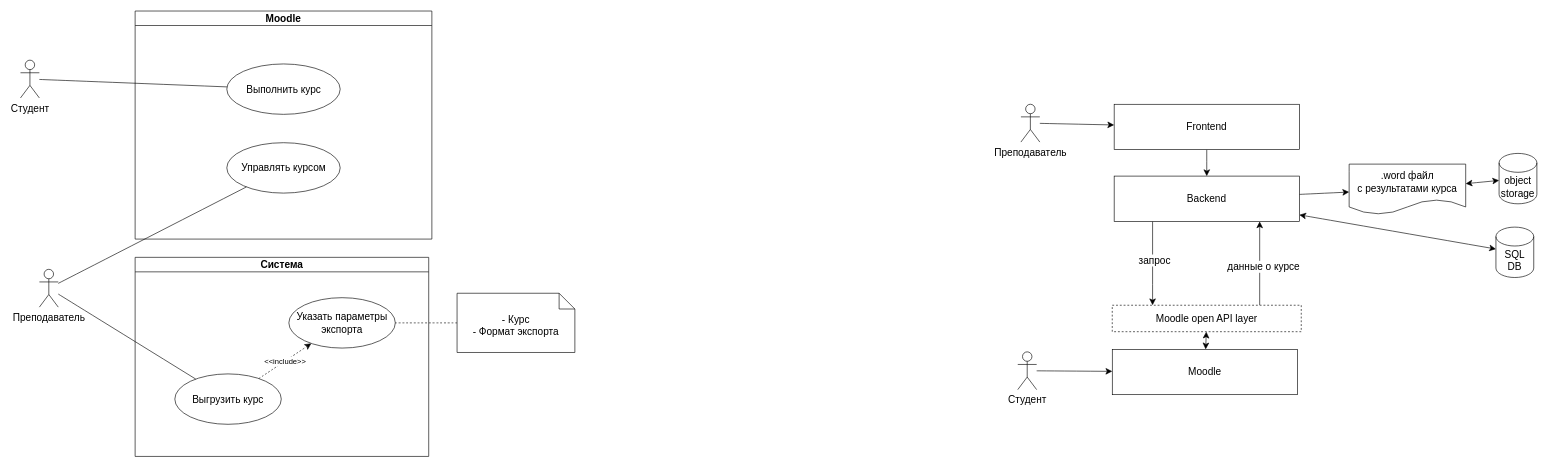
The draw.io diagram page "Страница 1" (1 of 2) of moodle.drawio in careock/diagrams, before the edit. Source tidied: cells renumbered, new cells numbered last; positions are measured from the earlier drawing's top-left corner, leaving out a move shared by most shapes. Both pictures are drawn from the tidied source at 63%, with x=0, y=0 at pixel (20, 11).
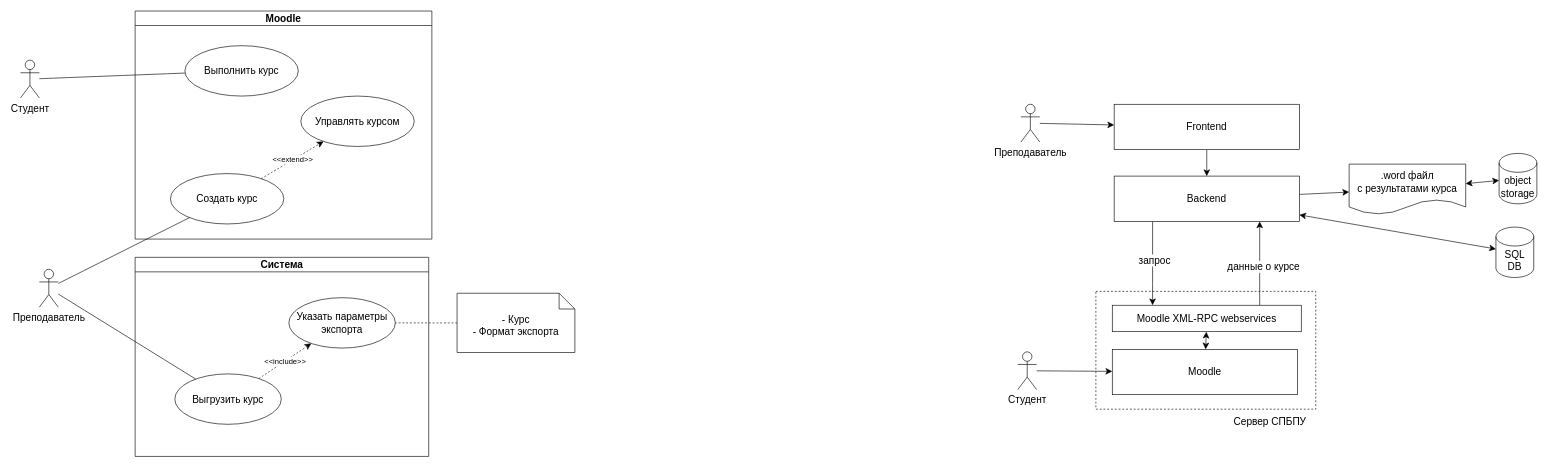
After the change.

Unchanged cells that the change refers to:
```xml
<mxCell id="2" value="Moodle" style="swimlane;whiteSpace=wrap;html=1;fontSize=16;" parent="1" vertex="1">
  <mxGeometry x="182" width="471" height="362" as="geometry" />
</mxCell>
```

Diff of the diagram source:
```diff
@@
+    <mxCell id="36" style="rounded=0;whiteSpace=wrap;html=1;fontSize=16;dashed=1;" parent="1" vertex="1">
+      <mxGeometry x="1707" y="445" width="349" height="187" as="geometry" />
+    </mxCell>
@@
     <mxCell id="3" value="Выполнить курс" style="ellipse;whiteSpace=wrap;html=1;fontSize=16;" parent="2" vertex="1">
-      <mxGeometry x="145.5" y="84" width="180" height="80" as="geometry" />
+      <mxGeometry x="79" y="55" width="180" height="80" as="geometry" />
     </mxCell>
-    <mxCell id="4" value="Управлять курсом" style="ellipse;whiteSpace=wrap;html=1;fontSize=16;" parent="2" vertex="1">
-      <mxGeometry x="145.5" y="209" width="180" height="80" as="geometry" />
+    <mxCell id="4" value="Создать курс" style="ellipse;whiteSpace=wrap;html=1;fontSize=16;" parent="2" vertex="1">
+      <mxGeometry x="56" y="258" width="180" height="80" as="geometry" />
     </mxCell>
+    <mxCell id="37" value="Управлять курсом" style="ellipse;whiteSpace=wrap;html=1;fontSize=16;" parent="2" vertex="1">
+      <mxGeometry x="263" y="135" width="180" height="80" as="geometry" />
+    </mxCell>
+    <mxCell id="38" value="&amp;lt;&amp;lt;extend&amp;gt;&amp;gt;" style="edgeStyle=none;curved=1;rounded=0;jettySize=auto;html=1;fontSize=12;startSize=8;endSize=8;dashed=1;" parent="2" edge="1" source="4" target="37">
+      <mxGeometry relative="1" as="geometry" />
+    </mxCell>
@@
-    <mxCell id="21" value="Moodle open API layer" style="rounded=0;whiteSpace=wrap;html=1;fontSize=16;dashed=1;" parent="1" vertex="1">
+    <mxCell id="21" value="Moodle XML-RPC webservices" style="rounded=0;whiteSpace=wrap;html=1;fontSize=16;" parent="1" vertex="1">
       <mxGeometry x="1733" y="467" width="300" height="42" as="geometry" />
     </mxCell>
@@
+    <mxCell id="39" value="Сервер СПБПУ" style="text;html=1;strokeColor=none;fillColor=none;align=center;verticalAlign=middle;whiteSpace=wrap;rounded=0;fontSize=16;" parent="1" vertex="1">
+      <mxGeometry x="1906" y="639" width="155" height="25" as="geometry" />
+    </mxCell>
```
